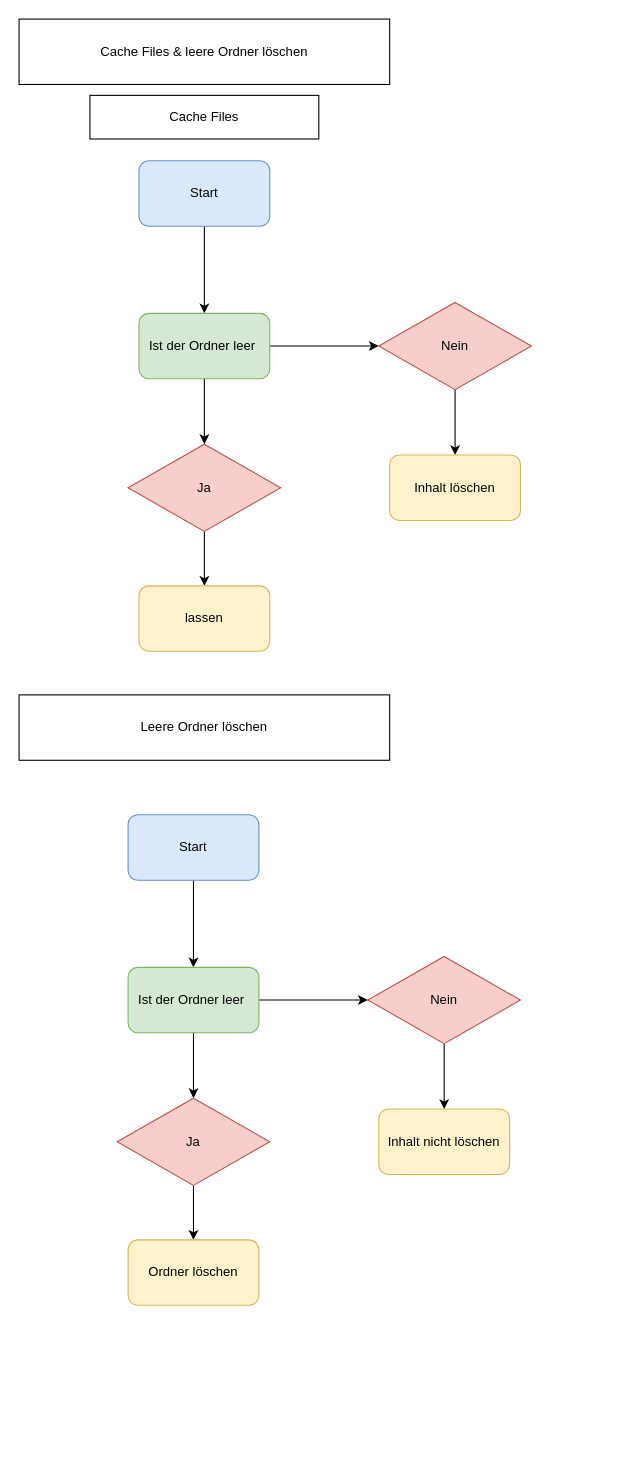
Above: Flussdiagramm/flussdiagramm.drawio in godbeeruss/M122-delete-cache-and-files-powershell (draw.io), before the change. Source tidied: cells renumbered, new cells numbered last; positions are measured from the earlier drawing's top-left corner, leaving out a move shared by most shapes. Both pictures are drawn from the tidied source at 109%, with x=0, y=0 at pixel (19, 19). Pictures stored in the file or linked from it are replaced by grey dashed boxes.
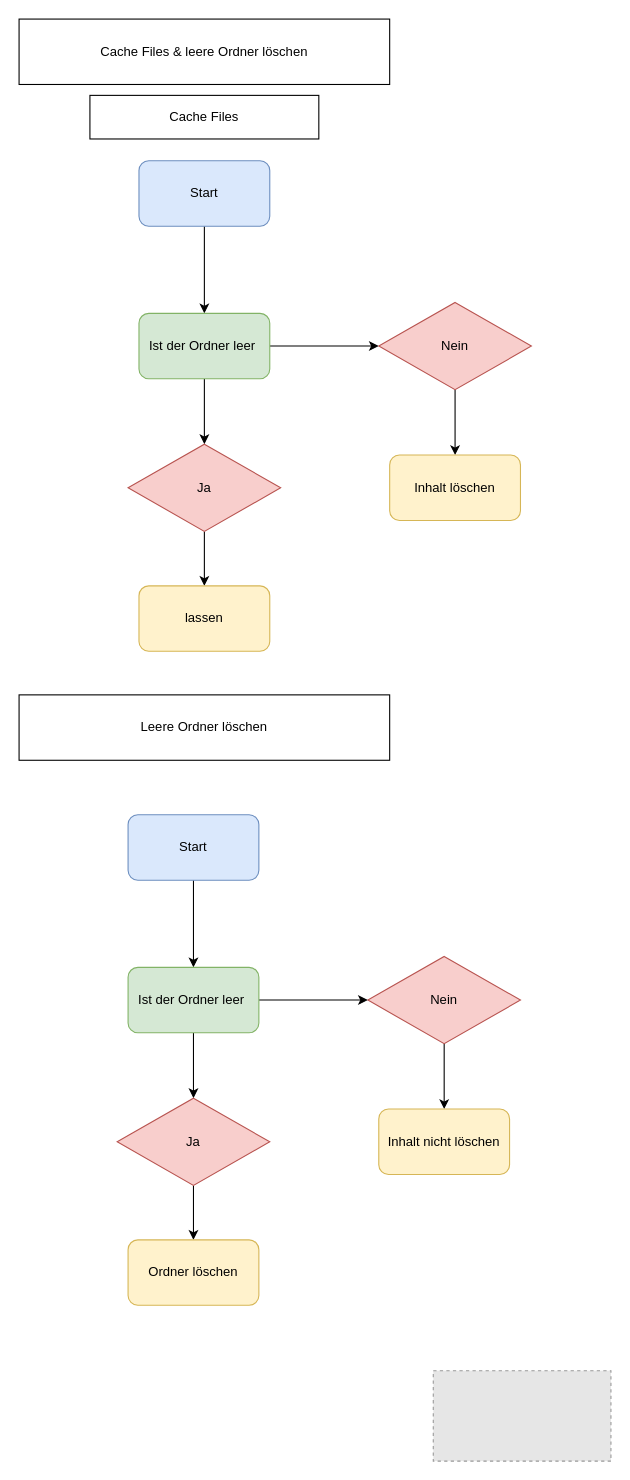
Above is the later version.

Diff of the diagram source:
```diff
@@
+    <mxCell id="27" style="fillColor=#E6E6E6;strokeColor=#999999;dashed=1;verticalLabelPosition=bottom;labelBackgroundColor=#ffffff;verticalAlign=top;" parent="1" vertex="1">
+      <mxGeometry x="380" y="1240" width="163" height="83" as="geometry" />
+    </mxCell>
```
